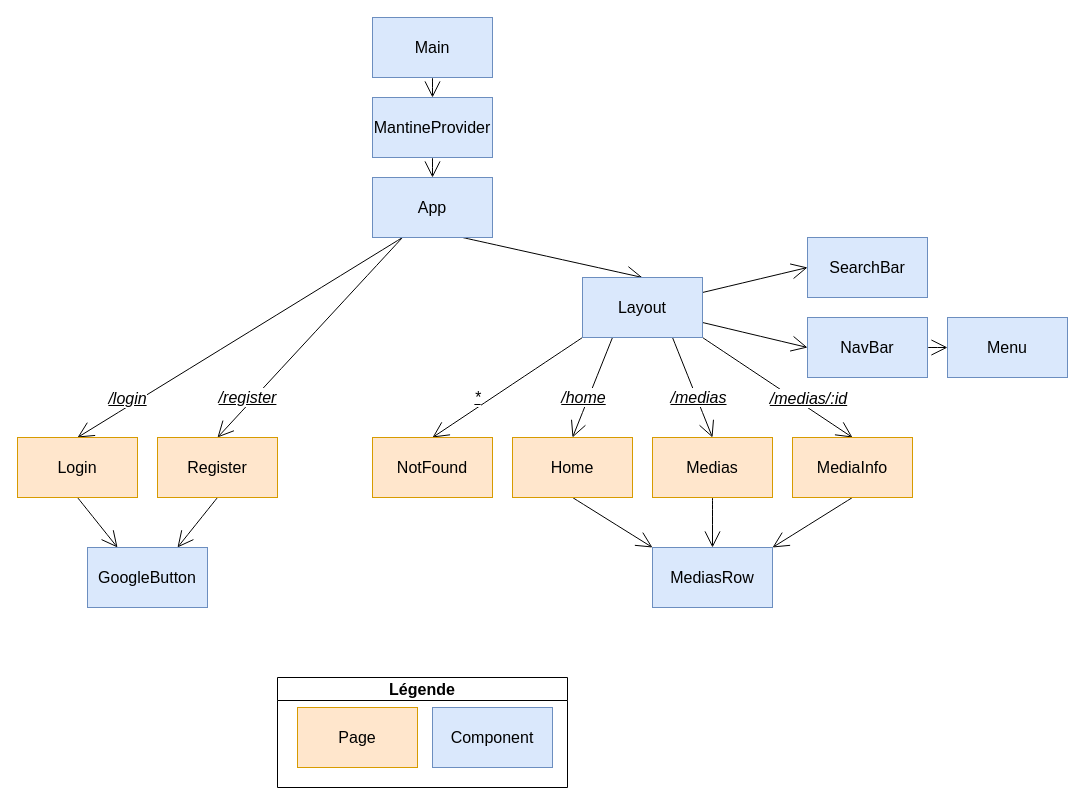
Before: page "Front-End Architecture" (1 of 4) of Architecture.drawio in MovieNChill/Organisation, a draw.io diagram. Source tidied: cells renumbered, new cells numbered last; positions are measured from the earlier drawing's top-left corner, leaving out a move shared by most shapes. Both pictures are drawn from the tidied source at 100%, with x=0, y=0 at pixel (17, 17).
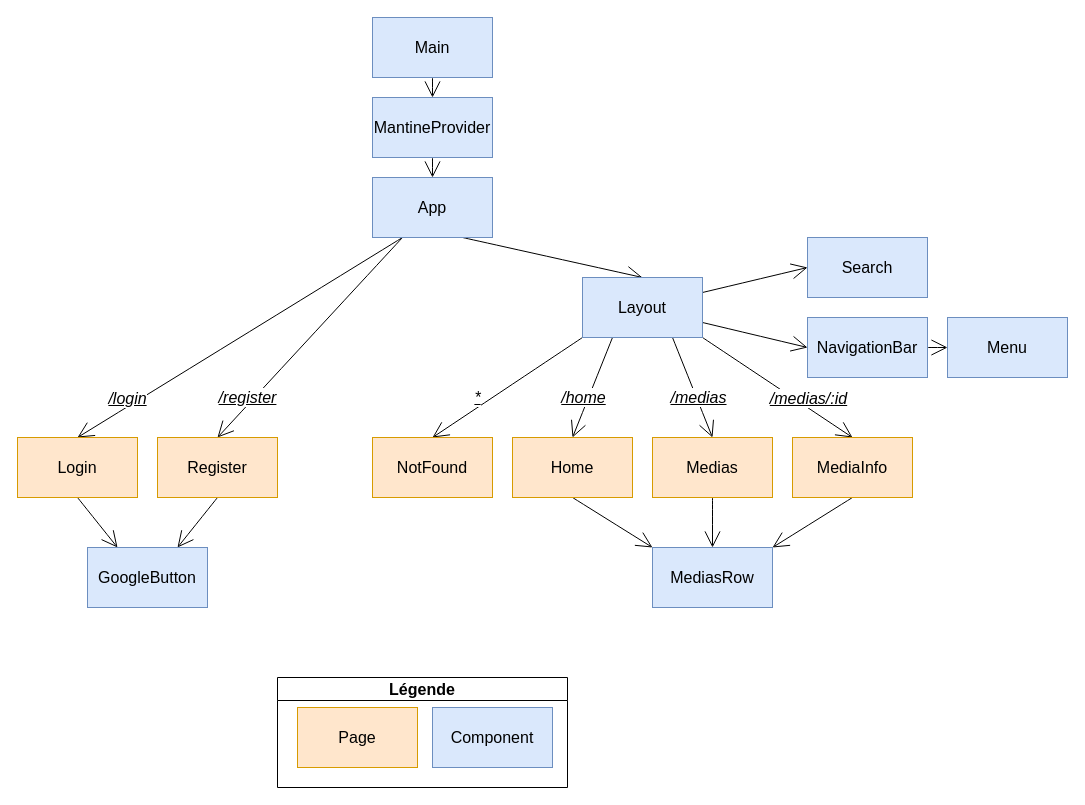
The same page after the edit.

Commit message:
Mettre à jour Architecture.drawio

Change to the diagram source:
```diff
@@
-    <mxCell id="36" value="NavBar" style="rounded=0;whiteSpace=wrap;html=1;fontSize=16;fillColor=#dae8fc;strokeColor=#6c8ebf;" parent="1" vertex="1">
+    <mxCell id="36" value="NavigationBar" style="rounded=0;whiteSpace=wrap;html=1;fontSize=16;fillColor=#dae8fc;strokeColor=#6c8ebf;" parent="1" vertex="1">
       <mxGeometry x="790" y="300" width="120" height="60" as="geometry" />
     </mxCell>
@@
-    <mxCell id="38" value="SearchBar" style="rounded=0;whiteSpace=wrap;html=1;fontSize=16;fillColor=#dae8fc;strokeColor=#6c8ebf;" parent="1" vertex="1">
+    <mxCell id="38" value="Search" style="rounded=0;whiteSpace=wrap;html=1;fontSize=16;fillColor=#dae8fc;strokeColor=#6c8ebf;" parent="1" vertex="1">
       <mxGeometry x="790" y="220" width="120" height="60" as="geometry" />
     </mxCell>
```
